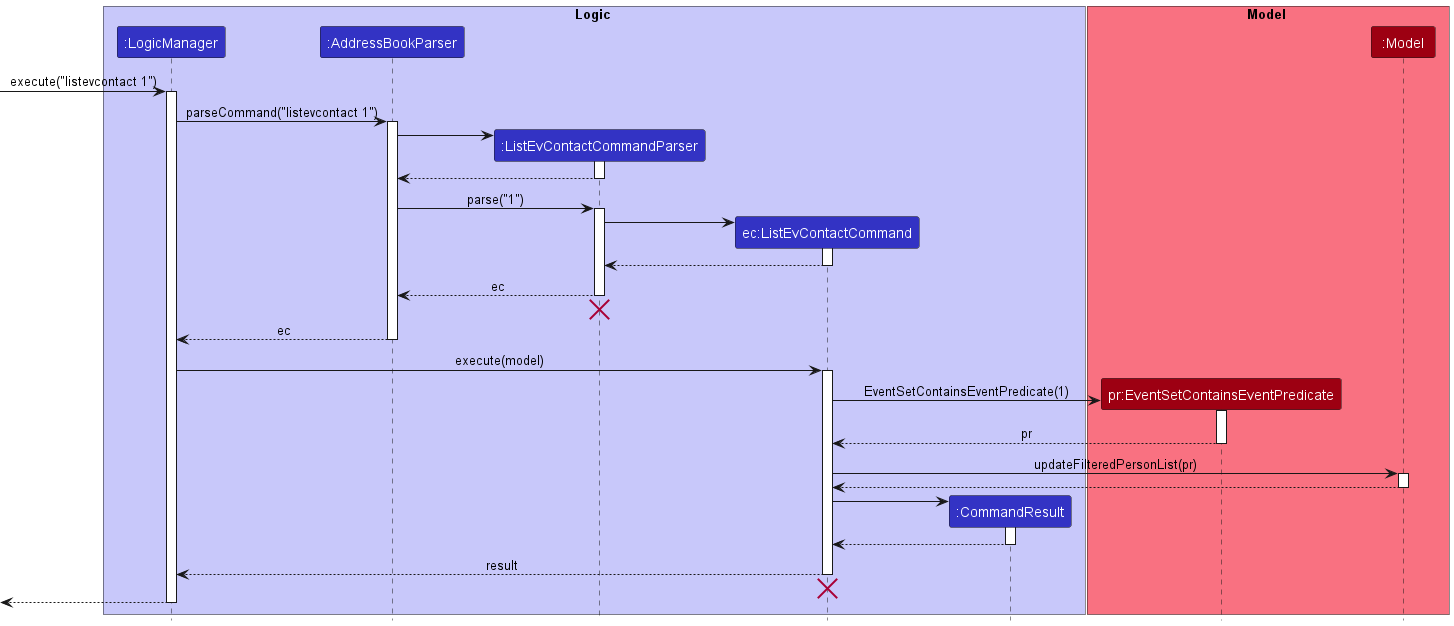
Before: docs/images/ListEvContactSequenceDiagram.png, a diagram exported from PlantUML (nus-cs2103-AY2223S2/tp).
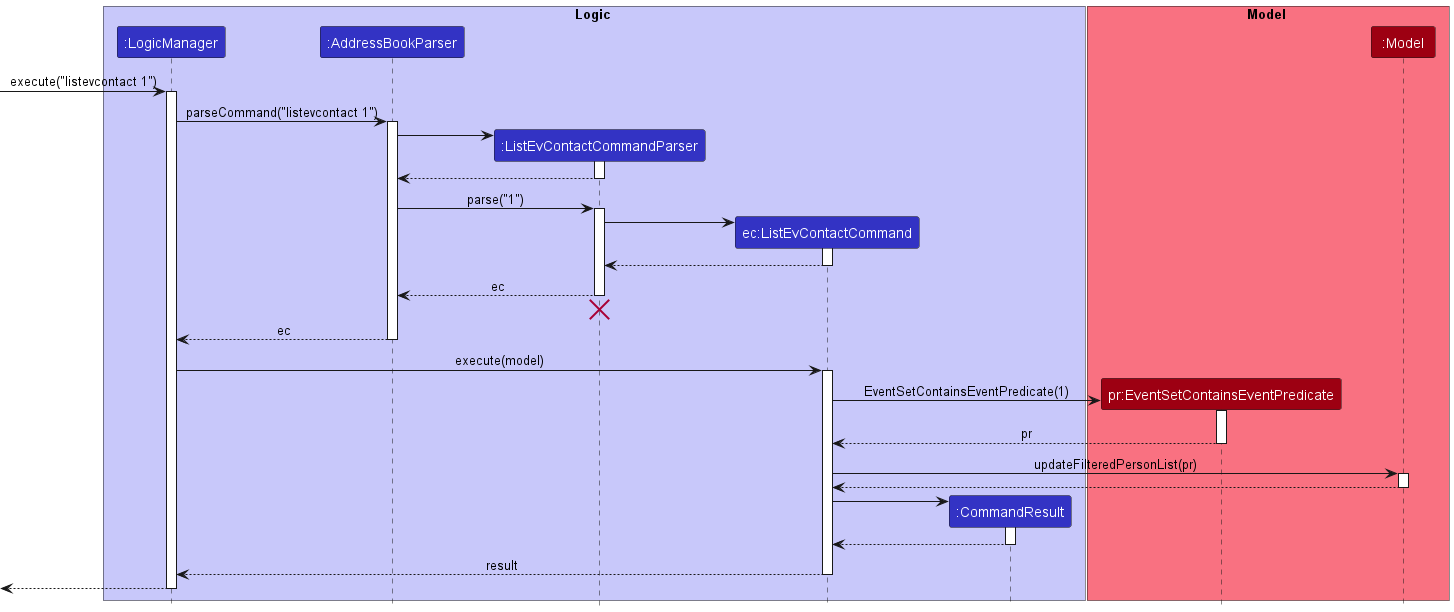
After the commit.

Commit message:
Remove destroy symbol for ListEvContactSequenceDiagram

What changed in the source:
```diff
@@ -70,8 +70,6 @@
 
 ListEvContactCommand --> LogicManager : result
 deactivate ListEvContactCommand
-ListEvContactCommand -[hidden]-> LogicManager
-destroy ListEvContactCommand
 
 [<--LogicManager
 deactivate LogicManager
```
